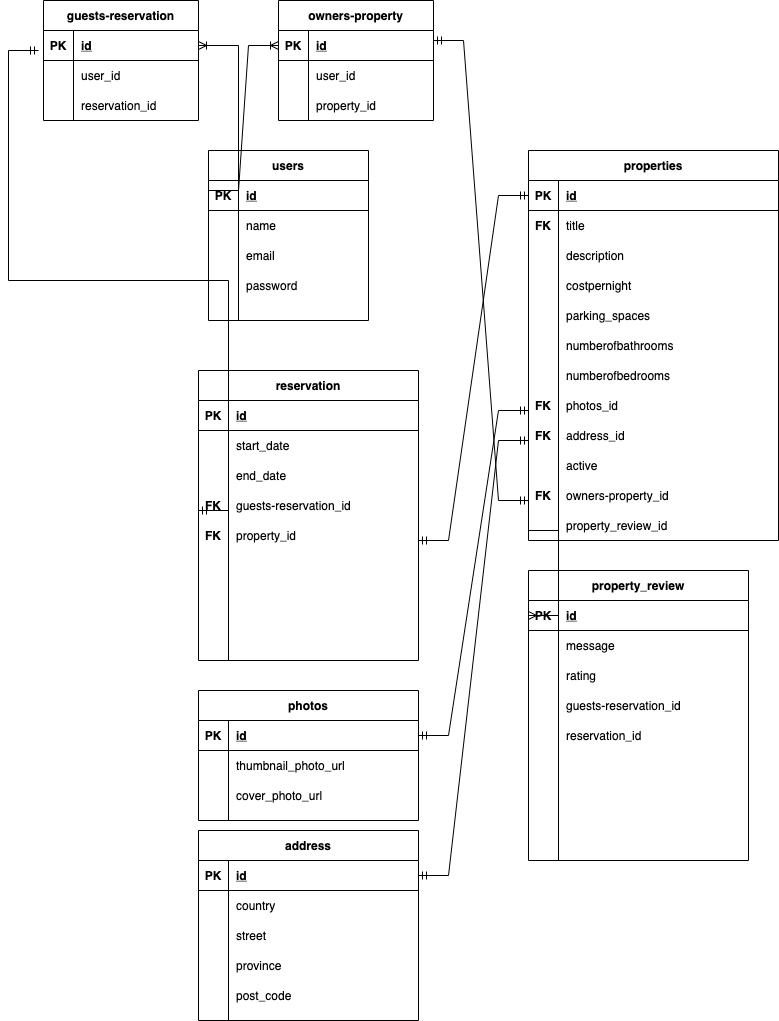
The draw.io diagram ERD_LighthouseBnB.drawio.png in fltfx/LightBnB, before a commit. Source tidied: cells renumbered, new cells last; positions are measured from the earlier drawing's top-left corner, leaving out a move shared by most shapes.
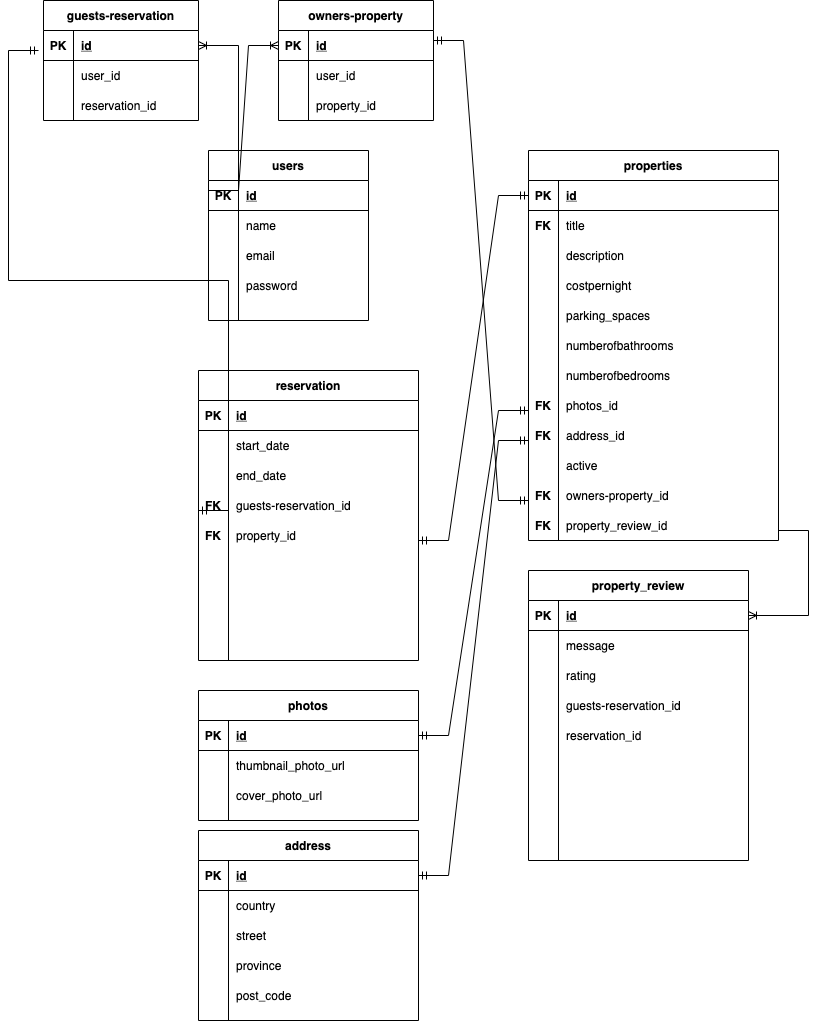
The same diagram one commit later.

Diff of the diagram source:
```diff
@@ -360,10 +360,13 @@
     <mxCell id="115" value="property_review_id" style="shape=partialRectangle;overflow=hidden;fillColor=none;top=0;left=0;bottom=0;right=0;align=left;spacingLeft=6;" parent="1" vertex="1">
       <mxGeometry x="520" y="510" width="220" height="30" as="geometry" />
     </mxCell>
-    <mxCell id="116" style="edgeStyle=entityRelationEdgeStyle;fontSize=12;html=1;endArrow=ERoneToMany;rounded=0;entryX=0;entryY=0.5;entryDx=0;entryDy=0;" parent="1" edge="1" target="76">
-      <mxGeometry relative="1" as="geometry">
-        <mxPoint x="490" y="530" as="sourcePoint" />
-      </mxGeometry>
-    </mxCell>
+    <mxCell id="117" style="edgeStyle=entityRelationEdgeStyle;fontSize=12;html=1;endArrow=ERoneToMany;rounded=0;entryX=1;entryY=0.5;entryDx=0;entryDy=0;" parent="1" edge="1" target="76">
+      <mxGeometry relative="1" as="geometry">
+        <mxPoint x="740" y="530" as="sourcePoint" />
+      </mxGeometry>
+    </mxCell>
+    <mxCell id="118" value="FK" style="shape=partialRectangle;overflow=hidden;fillColor=none;top=0;left=0;bottom=0;right=0;fontStyle=1;" parent="1" vertex="1">
+      <mxGeometry x="490" y="510" width="30" height="30" as="geometry" />
+    </mxCell>
   </root>
 </mxGraphModel>
```
